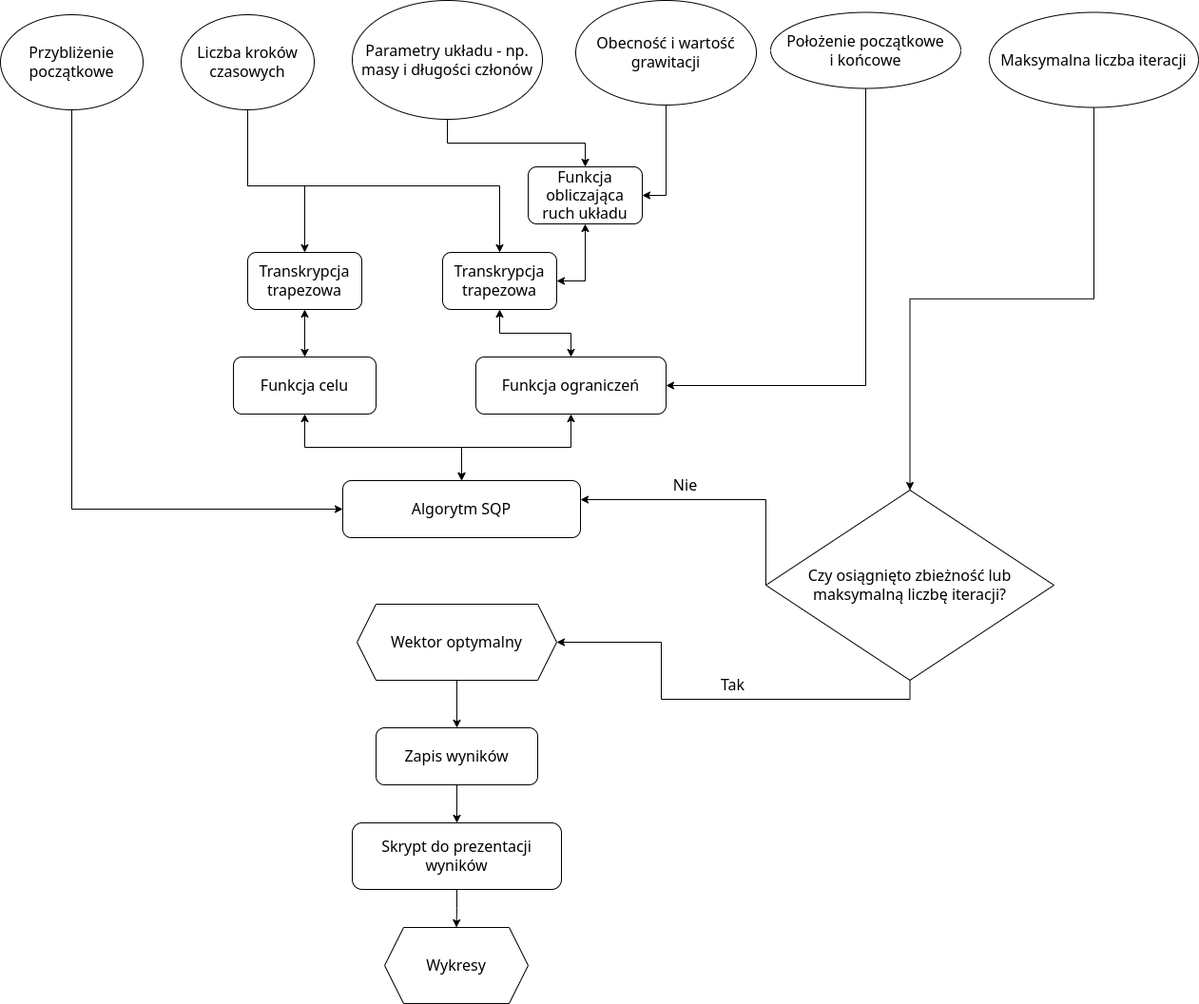
martakrauze/Optymalizacja_trajektorii keeps this draw.io diagram as schemat.drawio.png. Above is the earlier version. Source tidied: cells renumbered, new cells last; positions are measured from the earlier drawing's top-left corner, leaving out a move shared by most shapes.
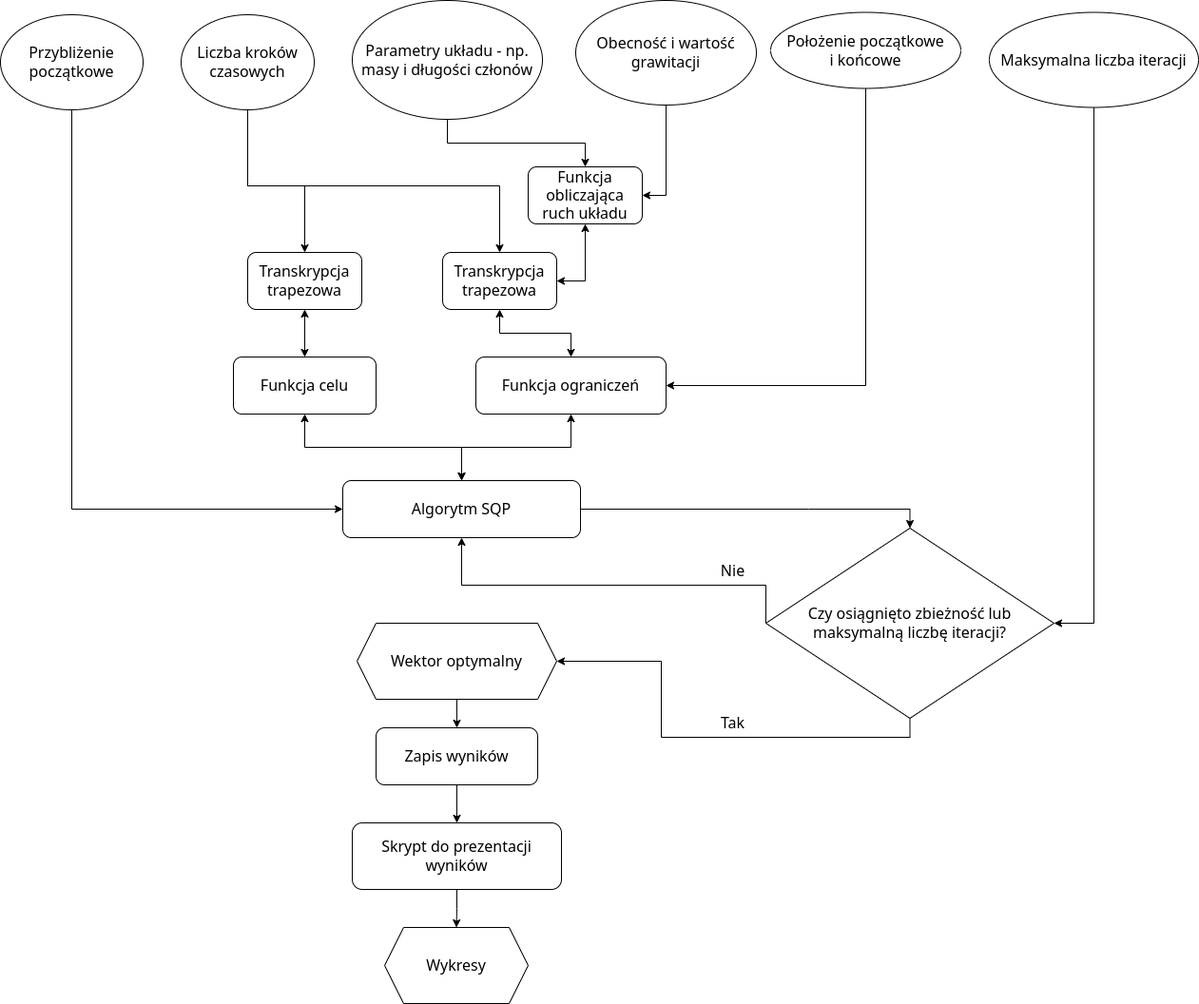
After the commit.

What changed in the source:
```diff
@@ -2,6 +2,14 @@
   <root>
     <mxCell id="0" />
     <mxCell id="1" parent="0" />
+    <mxCell id="39" style="edgeStyle=orthogonalEdgeStyle;rounded=0;jettySize=auto;html=1;exitX=0;exitY=0.5;exitDx=0;exitDy=0;entryX=0.5;entryY=1;entryDx=0;entryDy=0;fontSize=16;" parent="1" edge="1" source="24" target="2">
+      <mxGeometry relative="1" as="geometry">
+        <Array as="points">
+          <mxPoint x="805" y="615" />
+          <mxPoint x="485" y="615" />
+        </Array>
+      </mxGeometry>
+    </mxCell>
     <mxCell id="2" value="Algorytm SQP" style="rounded=1;whiteSpace=wrap;html=1;fontSize=16;" parent="1" vertex="1">
       <mxGeometry x="360" y="505" width="250" height="60" as="geometry" />
     </mxCell>
@@ -42,7 +50,7 @@
     <mxCell id="11" value="Obecność i wartość grawitacji" style="ellipse;whiteSpace=wrap;html=1;fontSize=16;" parent="1" vertex="1">
       <mxGeometry x="605" width="190" height="110" as="geometry" />
     </mxCell>
-    <mxCell id="12" style="edgeStyle=orthogonalEdgeStyle;rounded=0;jettySize=auto;html=1;fontSize=16;" parent="1" edge="1" source="13" target="24">
+    <mxCell id="12" style="edgeStyle=orthogonalEdgeStyle;rounded=0;jettySize=auto;html=1;fontSize=16;entryX=1;entryY=0.5;entryDx=0;entryDy=0;" parent="1" edge="1" source="13" target="24">
       <mxGeometry relative="1" as="geometry" />
     </mxCell>
     <mxCell id="13" value="Maksymalna liczba iteracji" style="ellipse;whiteSpace=wrap;html=1;fontSize=16;" parent="1" vertex="1">
@@ -52,7 +60,7 @@
       <mxGeometry relative="1" as="geometry" />
     </mxCell>
     <mxCell id="15" value="Wektor optymalny" style="shape=hexagon;perimeter=hexagonPerimeter2;whiteSpace=wrap;html=1;fixedSize=1;fontSize=16;" parent="1" vertex="1">
-      <mxGeometry x="375" y="635" width="210" height="80" as="geometry" />
+      <mxGeometry x="375" y="655" width="210" height="80" as="geometry" />
     </mxCell>
     <mxCell id="16" style="edgeStyle=orthogonalEdgeStyle;rounded=0;jettySize=auto;html=1;exitX=0.5;exitY=1;exitDx=0;exitDy=0;fontSize=16;" parent="1" edge="1" source="17" target="19">
       <mxGeometry relative="1" as="geometry" />
@@ -72,10 +80,11 @@
     <mxCell id="21" value="Funkcja celu" style="rounded=1;whiteSpace=wrap;html=1;fontSize=16;" parent="1" vertex="1">
       <mxGeometry x="245" y="375" width="150" height="60" as="geometry" />
     </mxCell>
-    <mxCell id="22" style="edgeStyle=orthogonalEdgeStyle;rounded=0;jettySize=auto;html=1;fontSize=16;exitX=0;exitY=0.5;exitDx=0;exitDy=0;" parent="1" edge="1" source="24" target="2">
+    <mxCell id="22" style="edgeStyle=orthogonalEdgeStyle;rounded=0;jettySize=auto;html=1;fontSize=16;exitX=1;exitY=0.5;exitDx=0;exitDy=0;entryX=0.5;entryY=0;entryDx=0;entryDy=0;" parent="1" edge="1" source="2" target="24">
       <mxGeometry relative="1" as="geometry">
         <Array as="points">
-          <mxPoint x="805" y="525" />
+          <mxPoint x="850" y="535" />
+          <mxPoint x="850" y="535" />
         </Array>
       </mxGeometry>
     </mxCell>
@@ -83,13 +92,13 @@
       <mxGeometry relative="1" as="geometry" />
     </mxCell>
     <mxCell id="24" value="Czy osiągnięto zbieżność lub maksymalną liczbę iteracji?" style="rhombus;whiteSpace=wrap;html=1;fontSize=16;" parent="1" vertex="1">
-      <mxGeometry x="805" y="515" width="303" height="200" as="geometry" />
+      <mxGeometry x="805" y="555" width="303" height="200" as="geometry" />
     </mxCell>
     <mxCell id="25" value="Nie" style="text;html=1;align=center;verticalAlign=middle;strokeColor=none;fillColor=none;fontSize=16;" parent="1" vertex="1">
-      <mxGeometry x="695" y="495" width="50" height="30" as="geometry" />
+      <mxGeometry x="745" y="585" width="50" height="30" as="geometry" />
     </mxCell>
     <mxCell id="26" value="Tak" style="text;html=1;align=center;verticalAlign=middle;strokeColor=none;fillColor=none;fontSize=16;" parent="1" vertex="1">
-      <mxGeometry x="745" y="705" width="50" height="30" as="geometry" />
+      <mxGeometry x="745" y="745" width="50" height="30" as="geometry" />
     </mxCell>
     <mxCell id="27" style="edgeStyle=orthogonalEdgeStyle;rounded=0;orthogonalLoop=1;jettySize=auto;html=1;exitX=0.5;exitY=1;exitDx=0;exitDy=0;fontSize=16;" parent="1" edge="1" source="24" target="24">
       <mxGeometry relative="1" as="geometry" />
```
